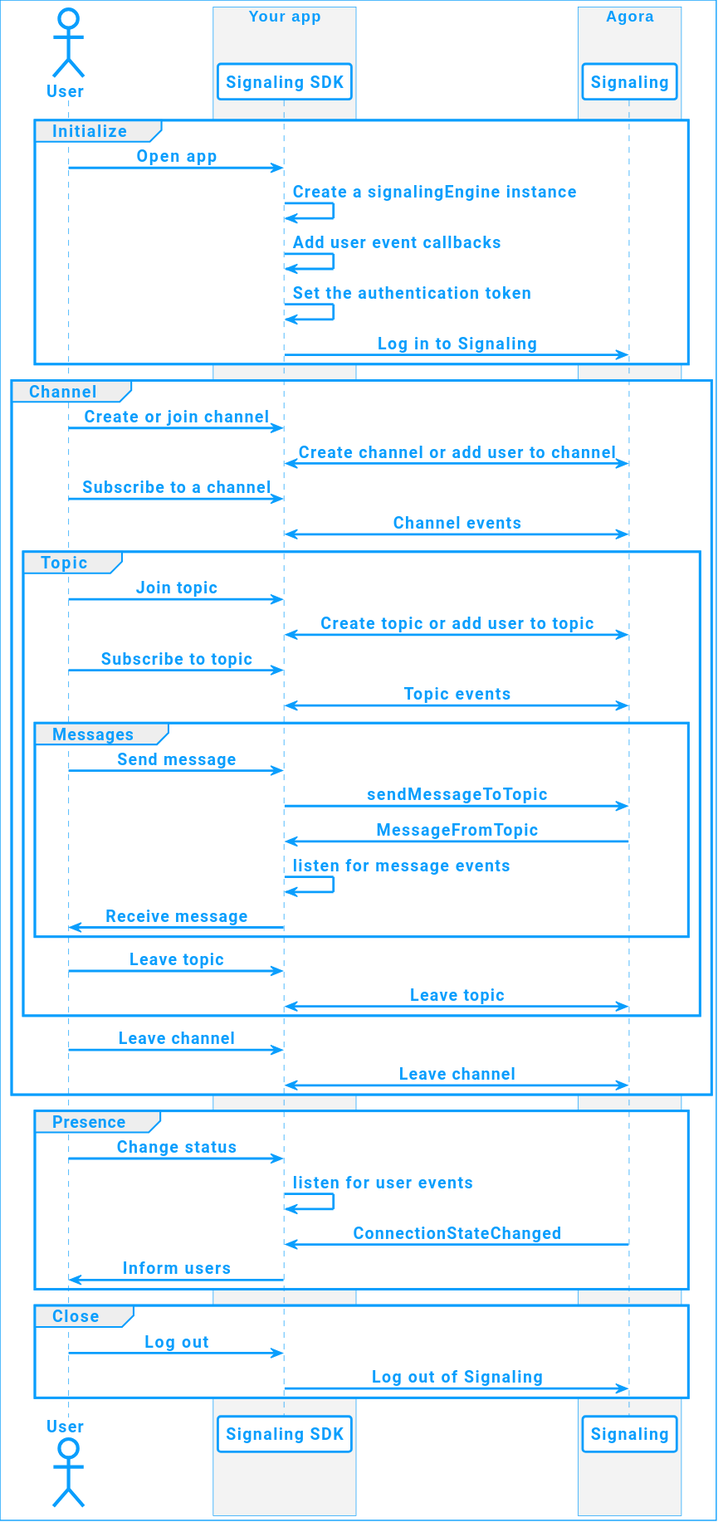
This is assets/images/signaling/stream-channel-workflow.svg from AgoraIO/Docs-Source, a PlantUML export, as it was before one commit.
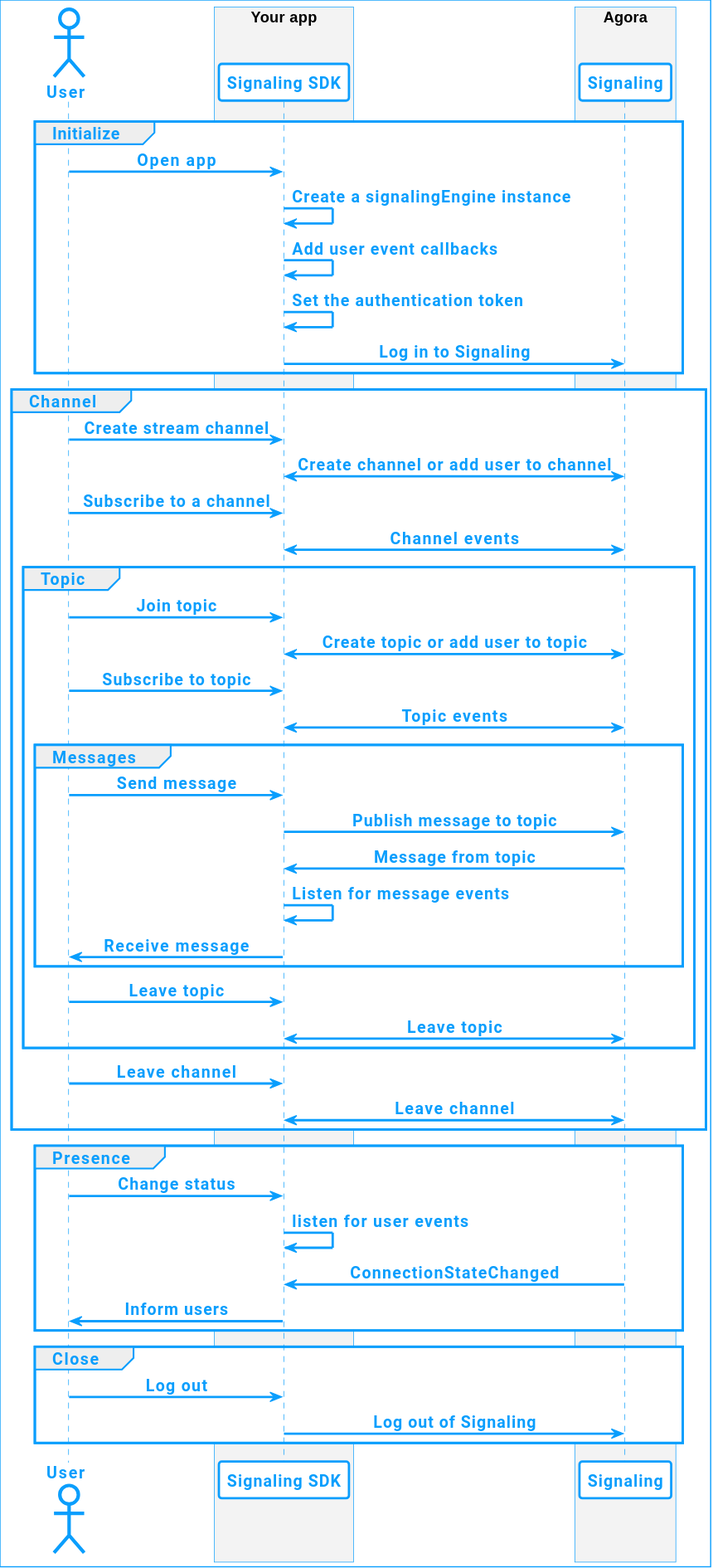
After the commit.

What changed in the source:
```diff
@@ -21,7 +21,7 @@
 
 group Channel
 
-USR -> APP: Create or join channel
+USR -> APP: Create stream channel
 APP <-> API: Create channel or add user to channel
 USR -> APP: Subscribe to a channel
 API <-> APP: Channel events
@@ -34,10 +34,10 @@
 group Messages
 
 USR -> APP: Send message
-APP -> API: sendMessageToTopic
+APP -> API: Publish message to topic
 
-API -> APP: MessageFromTopic
-APP -> APP: listen for message events
+API -> APP: Message from topic
+APP -> APP: Listen for message events
 APP -> USR: Receive message
 end
 USR -> APP: Leave topic
```
